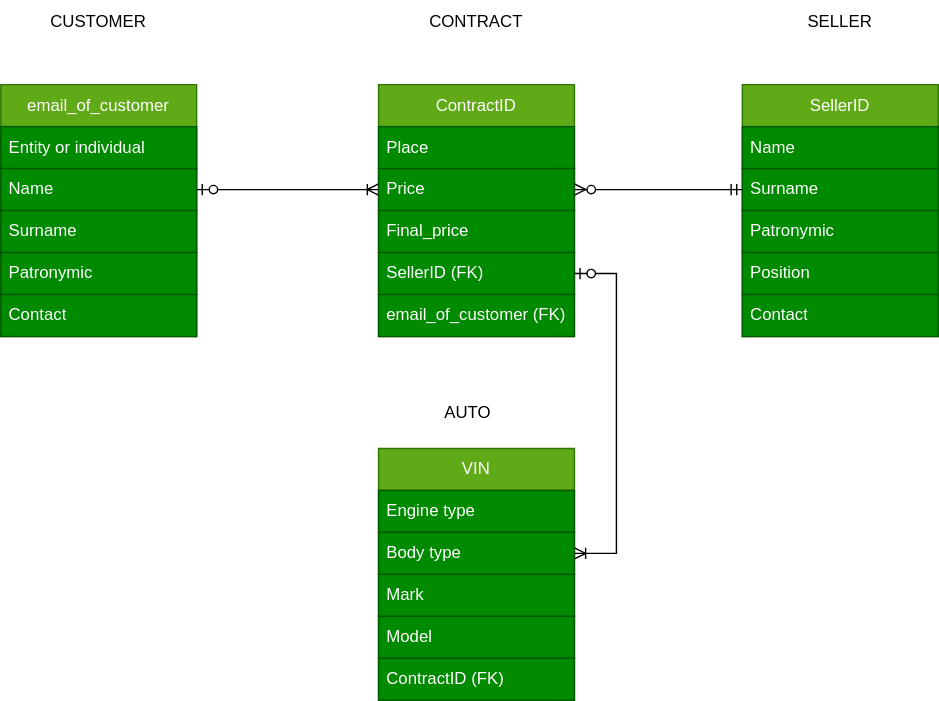
This is BD/lab3/Диаграмма без названия.drawio.svg from xb0yx2k20/MGTU, a draw.io export, as it was before one commit. Source tidied: cells renumbered, new cells last; positions are measured from the earlier drawing's top-left corner, leaving out a move shared by most shapes. The source it was exported from:
```xml
<mxGraphModel>
  <root>
    <mxCell id="0" />
    <mxCell id="1" parent="0" />
    <mxCell id="2" value="ContractID" style="swimlane;fontStyle=0;horizontal=1;startSize=30;whiteSpace=wrap;html=1;fillColor=#60a917;strokeColor=#2D7600;fontColor=#ffffff;" parent="1" vertex="1">
      <mxGeometry x="270" y="60" width="140" height="180" as="geometry" />
    </mxCell>
    <mxCell id="3" value="Place" style="text;strokeColor=#005700;fillColor=#008a00;align=left;verticalAlign=middle;spacingLeft=4;spacingRight=4;overflow=hidden;whiteSpace=wrap;html=1;fontColor=#ffffff;" parent="2" vertex="1">
      <mxGeometry y="30" width="140" height="30" as="geometry" />
    </mxCell>
    <mxCell id="4" value="Price" style="text;strokeColor=#005700;fillColor=#008a00;align=left;verticalAlign=middle;spacingLeft=4;spacingRight=4;overflow=hidden;points=[[0,0.5],[1,0.5]];portConstraint=eastwest;whiteSpace=wrap;html=1;fontColor=#ffffff;" parent="2" vertex="1">
      <mxGeometry y="60" width="140" height="30" as="geometry" />
    </mxCell>
    <mxCell id="5" value="Final_price" style="text;strokeColor=#005700;fillColor=#008a00;align=left;verticalAlign=middle;spacingLeft=4;spacingRight=4;overflow=hidden;whiteSpace=wrap;html=1;fontColor=#ffffff;" parent="2" vertex="1">
      <mxGeometry y="90" width="140" height="30" as="geometry" />
    </mxCell>
    <mxCell id="6" value="SellerID (FK)" style="text;strokeColor=#005700;fillColor=#008a00;align=left;verticalAlign=middle;spacingLeft=4;spacingRight=4;overflow=hidden;whiteSpace=wrap;html=1;fontColor=#ffffff;" parent="2" vertex="1">
      <mxGeometry y="120" width="140" height="30" as="geometry" />
    </mxCell>
    <mxCell id="7" value="email_of_customer (FK)" style="text;strokeColor=#005700;fillColor=#008a00;align=left;verticalAlign=middle;spacingLeft=4;spacingRight=4;overflow=hidden;whiteSpace=wrap;html=1;fontColor=#ffffff;" parent="2" vertex="1">
      <mxGeometry y="150" width="140" height="30" as="geometry" />
    </mxCell>
    <mxCell id="8" value="CUSTOMER" style="text;html=1;strokeColor=none;fillColor=none;align=center;verticalAlign=middle;whiteSpace=wrap;rounded=0;" parent="1" vertex="1">
      <mxGeometry x="40" width="60" height="30" as="geometry" />
    </mxCell>
    <mxCell id="9" value="SellerID" style="swimlane;fontStyle=0;horizontal=1;startSize=30;whiteSpace=wrap;html=1;fillColor=#60a917;strokeColor=#2D7600;fontColor=#ffffff;" parent="1" vertex="1">
      <mxGeometry x="530" y="60" width="140" height="180" as="geometry" />
    </mxCell>
    <mxCell id="10" value="Name" style="text;strokeColor=#005700;fillColor=#008a00;align=left;verticalAlign=middle;spacingLeft=4;spacingRight=4;overflow=hidden;whiteSpace=wrap;html=1;fontColor=#ffffff;" parent="9" vertex="1">
      <mxGeometry y="30" width="140" height="30" as="geometry" />
    </mxCell>
    <mxCell id="11" value="Surname" style="text;strokeColor=#005700;fillColor=#008a00;align=left;verticalAlign=middle;spacingLeft=4;spacingRight=4;overflow=hidden;points=[[0,0.5],[1,0.5]];portConstraint=eastwest;whiteSpace=wrap;html=1;fontColor=#ffffff;" parent="9" vertex="1">
      <mxGeometry y="60" width="140" height="30" as="geometry" />
    </mxCell>
    <mxCell id="12" value="Patronymic" style="text;strokeColor=#005700;fillColor=#008a00;align=left;verticalAlign=middle;spacingLeft=4;spacingRight=4;overflow=hidden;whiteSpace=wrap;html=1;fontColor=#ffffff;" parent="9" vertex="1">
      <mxGeometry y="90" width="140" height="30" as="geometry" />
    </mxCell>
    <mxCell id="13" value="Position" style="text;strokeColor=#005700;fillColor=#008a00;align=left;verticalAlign=middle;spacingLeft=4;spacingRight=4;overflow=hidden;whiteSpace=wrap;html=1;fontColor=#ffffff;" parent="9" vertex="1">
      <mxGeometry y="120" width="140" height="30" as="geometry" />
    </mxCell>
    <mxCell id="14" value="Contact" style="text;strokeColor=#005700;fillColor=#008a00;align=left;verticalAlign=middle;spacingLeft=4;spacingRight=4;overflow=hidden;whiteSpace=wrap;html=1;fontColor=#ffffff;" parent="9" vertex="1">
      <mxGeometry y="150" width="140" height="30" as="geometry" />
    </mxCell>
    <mxCell id="15" value="email_of_customer" style="swimlane;fontStyle=0;horizontal=1;startSize=30;whiteSpace=wrap;html=1;fillColor=#60a917;strokeColor=#2D7600;fontColor=#ffffff;" parent="1" vertex="1">
      <mxGeometry y="60" width="140" height="180" as="geometry" />
    </mxCell>
    <mxCell id="16" value="Entity or individual" style="text;strokeColor=#005700;fillColor=#008a00;align=left;verticalAlign=middle;spacingLeft=4;spacingRight=4;overflow=hidden;whiteSpace=wrap;html=1;fontColor=#ffffff;" parent="15" vertex="1">
      <mxGeometry y="30" width="140" height="30" as="geometry" />
    </mxCell>
    <mxCell id="17" value="Name" style="text;strokeColor=#005700;fillColor=#008a00;align=left;verticalAlign=middle;spacingLeft=4;spacingRight=4;overflow=hidden;points=[[0,0.5],[1,0.5]];portConstraint=eastwest;whiteSpace=wrap;html=1;fontColor=#ffffff;" parent="15" vertex="1">
      <mxGeometry y="60" width="140" height="30" as="geometry" />
    </mxCell>
    <mxCell id="18" value="Surname" style="text;strokeColor=#005700;fillColor=#008a00;align=left;verticalAlign=middle;spacingLeft=4;spacingRight=4;overflow=hidden;whiteSpace=wrap;html=1;fontColor=#ffffff;" parent="15" vertex="1">
      <mxGeometry y="90" width="140" height="30" as="geometry" />
    </mxCell>
    <mxCell id="19" value="Patronymic" style="text;strokeColor=#005700;fillColor=#008a00;align=left;verticalAlign=middle;spacingLeft=4;spacingRight=4;overflow=hidden;whiteSpace=wrap;html=1;fontColor=#ffffff;" parent="15" vertex="1">
      <mxGeometry y="120" width="140" height="30" as="geometry" />
    </mxCell>
    <mxCell id="20" value="Contact" style="text;strokeColor=#005700;fillColor=#008a00;align=left;verticalAlign=middle;spacingLeft=4;spacingRight=4;overflow=hidden;whiteSpace=wrap;html=1;fontColor=#ffffff;" parent="15" vertex="1">
      <mxGeometry y="150" width="140" height="30" as="geometry" />
    </mxCell>
    <mxCell id="21" value="VIN" style="swimlane;fontStyle=0;horizontal=1;startSize=30;whiteSpace=wrap;html=1;fillColor=#60a917;strokeColor=#2D7600;fontColor=#ffffff;" parent="1" vertex="1">
      <mxGeometry x="270" y="320" width="140" height="180" as="geometry" />
    </mxCell>
    <mxCell id="22" value="Engine type" style="text;strokeColor=#005700;fillColor=#008a00;align=left;verticalAlign=middle;spacingLeft=4;spacingRight=4;overflow=hidden;whiteSpace=wrap;html=1;fontColor=#ffffff;" parent="21" vertex="1">
      <mxGeometry y="30" width="140" height="30" as="geometry" />
    </mxCell>
    <mxCell id="23" value="Body type" style="text;strokeColor=#005700;fillColor=#008a00;align=left;verticalAlign=middle;spacingLeft=4;spacingRight=4;overflow=hidden;points=[[0,0.5],[1,0.5]];portConstraint=eastwest;whiteSpace=wrap;html=1;fontColor=#ffffff;" parent="21" vertex="1">
      <mxGeometry y="60" width="140" height="30" as="geometry" />
    </mxCell>
    <mxCell id="24" value="Mark" style="text;strokeColor=#005700;fillColor=#008a00;align=left;verticalAlign=middle;spacingLeft=4;spacingRight=4;overflow=hidden;whiteSpace=wrap;html=1;fontColor=#ffffff;" parent="21" vertex="1">
      <mxGeometry y="90" width="140" height="30" as="geometry" />
    </mxCell>
    <mxCell id="25" value="Model" style="text;strokeColor=#005700;fillColor=#008a00;align=left;verticalAlign=middle;spacingLeft=4;spacingRight=4;overflow=hidden;whiteSpace=wrap;html=1;fontColor=#ffffff;" parent="21" vertex="1">
      <mxGeometry y="120" width="140" height="30" as="geometry" />
    </mxCell>
    <mxCell id="26" value="ContractID (FK)" style="text;strokeColor=#005700;fillColor=#008a00;align=left;verticalAlign=middle;spacingLeft=4;spacingRight=4;overflow=hidden;whiteSpace=wrap;html=1;fontColor=#ffffff;" parent="21" vertex="1">
      <mxGeometry y="150" width="140" height="30" as="geometry" />
    </mxCell>
    <mxCell id="27" style="edgeStyle=entityRelationEdgeStyle;fontSize=12;html=1;endArrow=ERzeroToMany;startArrow=ERmandOne;rounded=0;exitX=0;exitY=0.5;exitDx=0;exitDy=0;" parent="1" edge="1" source="11" target="4">
      <mxGeometry relative="1" as="geometry" />
    </mxCell>
    <mxCell id="28" style="edgeStyle=entityRelationEdgeStyle;fontSize=12;html=1;endArrow=ERoneToMany;startArrow=ERzeroToOne;rounded=0;entryX=1;entryY=0.5;entryDx=0;entryDy=0;exitX=1;exitY=0.75;exitDx=0;exitDy=0;" parent="1" edge="1" source="2" target="23">
      <mxGeometry relative="1" as="geometry">
        <Array as="points">
          <mxPoint x="552" y="455" />
          <mxPoint x="542" y="555" />
          <mxPoint x="612" y="385" />
        </Array>
      </mxGeometry>
    </mxCell>
    <mxCell id="29" value="CONTRACT" style="text;html=1;strokeColor=none;fillColor=none;align=center;verticalAlign=middle;whiteSpace=wrap;rounded=0;" parent="1" vertex="1">
      <mxGeometry x="310" width="60" height="30" as="geometry" />
    </mxCell>
    <mxCell id="30" value="SELLER" style="text;html=1;strokeColor=none;fillColor=none;align=center;verticalAlign=middle;whiteSpace=wrap;rounded=0;" parent="1" vertex="1">
      <mxGeometry x="570" width="60" height="30" as="geometry" />
    </mxCell>
    <mxCell id="31" value="AUTO" style="text;html=1;strokeColor=none;fillColor=none;align=center;verticalAlign=middle;whiteSpace=wrap;rounded=0;" parent="1" vertex="1">
      <mxGeometry x="304" y="280" width="60" height="30" as="geometry" />
    </mxCell>
    <mxCell id="32" style="edgeStyle=entityRelationEdgeStyle;fontSize=12;html=1;endArrow=ERoneToMany;startArrow=ERzeroToOne;rounded=0;entryX=0;entryY=0.5;entryDx=0;entryDy=0;exitX=1;exitY=0.5;exitDx=0;exitDy=0;" parent="1" edge="1" source="17" target="4">
      <mxGeometry relative="1" as="geometry">
        <Array as="points">
          <mxPoint x="202" y="560" />
          <mxPoint x="192" y="660" />
          <mxPoint x="262" y="490" />
        </Array>
      </mxGeometry>
    </mxCell>
  </root>
</mxGraphModel>
```
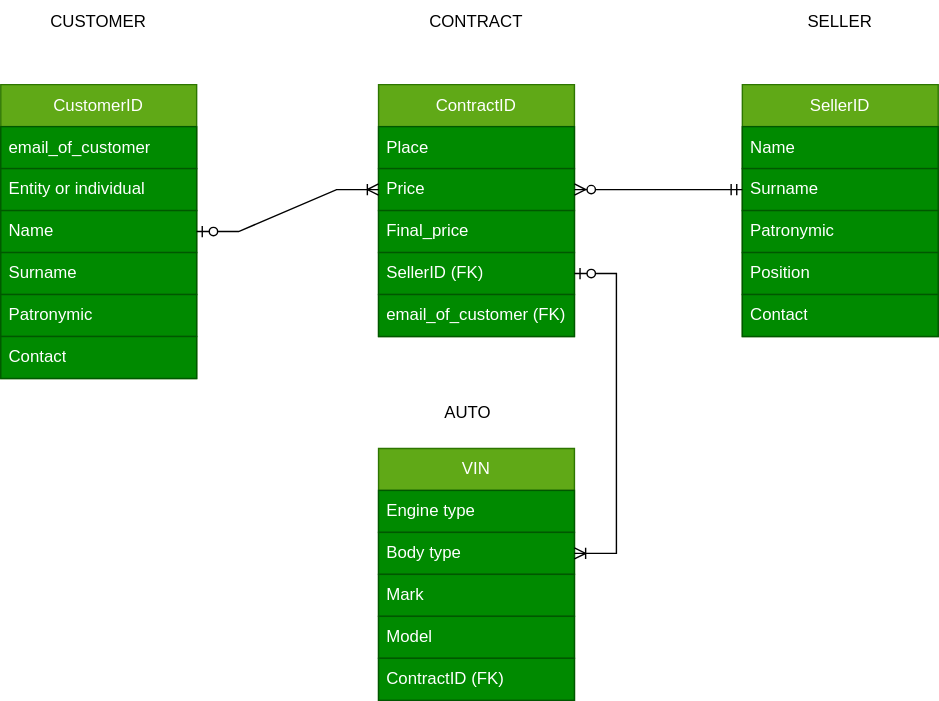
After the commit.

Diff of the diagram source:
```diff
@@ -41,23 +41,26 @@
     <mxCell id="14" value="Contact" style="text;strokeColor=#005700;fillColor=#008a00;align=left;verticalAlign=middle;spacingLeft=4;spacingRight=4;overflow=hidden;whiteSpace=wrap;html=1;fontColor=#ffffff;" parent="9" vertex="1">
       <mxGeometry y="150" width="140" height="30" as="geometry" />
     </mxCell>
-    <mxCell id="15" value="email_of_customer" style="swimlane;fontStyle=0;horizontal=1;startSize=30;whiteSpace=wrap;html=1;fillColor=#60a917;strokeColor=#2D7600;fontColor=#ffffff;" parent="1" vertex="1">
-      <mxGeometry y="60" width="140" height="180" as="geometry" />
+    <mxCell id="15" value="CustomerID" style="swimlane;fontStyle=0;horizontal=1;startSize=30;whiteSpace=wrap;html=1;fillColor=#60a917;strokeColor=#2D7600;fontColor=#ffffff;" parent="1" vertex="1">
+      <mxGeometry y="60" width="140" height="210" as="geometry" />
     </mxCell>
-    <mxCell id="16" value="Entity or individual" style="text;strokeColor=#005700;fillColor=#008a00;align=left;verticalAlign=middle;spacingLeft=4;spacingRight=4;overflow=hidden;whiteSpace=wrap;html=1;fontColor=#ffffff;" parent="15" vertex="1">
+    <mxCell id="16" value="email_of_customer" style="text;strokeColor=#005700;fillColor=#008a00;align=left;verticalAlign=middle;spacingLeft=4;spacingRight=4;overflow=hidden;whiteSpace=wrap;html=1;fontColor=#ffffff;" parent="15" vertex="1">
       <mxGeometry y="30" width="140" height="30" as="geometry" />
     </mxCell>
+    <mxCell id="33" value="Entity or individual" style="text;strokeColor=#005700;fillColor=#008a00;align=left;verticalAlign=middle;spacingLeft=4;spacingRight=4;overflow=hidden;whiteSpace=wrap;html=1;fontColor=#ffffff;" parent="15" vertex="1">
+      <mxGeometry y="60" width="140" height="30" as="geometry" />
+    </mxCell>
     <mxCell id="17" value="Name" style="text;strokeColor=#005700;fillColor=#008a00;align=left;verticalAlign=middle;spacingLeft=4;spacingRight=4;overflow=hidden;points=[[0,0.5],[1,0.5]];portConstraint=eastwest;whiteSpace=wrap;html=1;fontColor=#ffffff;" parent="15" vertex="1">
-      <mxGeometry y="60" width="140" height="30" as="geometry" />
+      <mxGeometry y="90" width="140" height="30" as="geometry" />
     </mxCell>
     <mxCell id="18" value="Surname" style="text;strokeColor=#005700;fillColor=#008a00;align=left;verticalAlign=middle;spacingLeft=4;spacingRight=4;overflow=hidden;whiteSpace=wrap;html=1;fontColor=#ffffff;" parent="15" vertex="1">
-      <mxGeometry y="90" width="140" height="30" as="geometry" />
+      <mxGeometry y="120" width="140" height="30" as="geometry" />
     </mxCell>
     <mxCell id="19" value="Patronymic" style="text;strokeColor=#005700;fillColor=#008a00;align=left;verticalAlign=middle;spacingLeft=4;spacingRight=4;overflow=hidden;whiteSpace=wrap;html=1;fontColor=#ffffff;" parent="15" vertex="1">
-      <mxGeometry y="120" width="140" height="30" as="geometry" />
+      <mxGeometry y="150" width="140" height="30" as="geometry" />
     </mxCell>
     <mxCell id="20" value="Contact" style="text;strokeColor=#005700;fillColor=#008a00;align=left;verticalAlign=middle;spacingLeft=4;spacingRight=4;overflow=hidden;whiteSpace=wrap;html=1;fontColor=#ffffff;" parent="15" vertex="1">
-      <mxGeometry y="150" width="140" height="30" as="geometry" />
+      <mxGeometry y="180" width="140" height="30" as="geometry" />
     </mxCell>
     <mxCell id="21" value="VIN" style="swimlane;fontStyle=0;horizontal=1;startSize=30;whiteSpace=wrap;html=1;fillColor=#60a917;strokeColor=#2D7600;fontColor=#ffffff;" parent="1" vertex="1">
       <mxGeometry x="270" y="320" width="140" height="180" as="geometry" />
```
